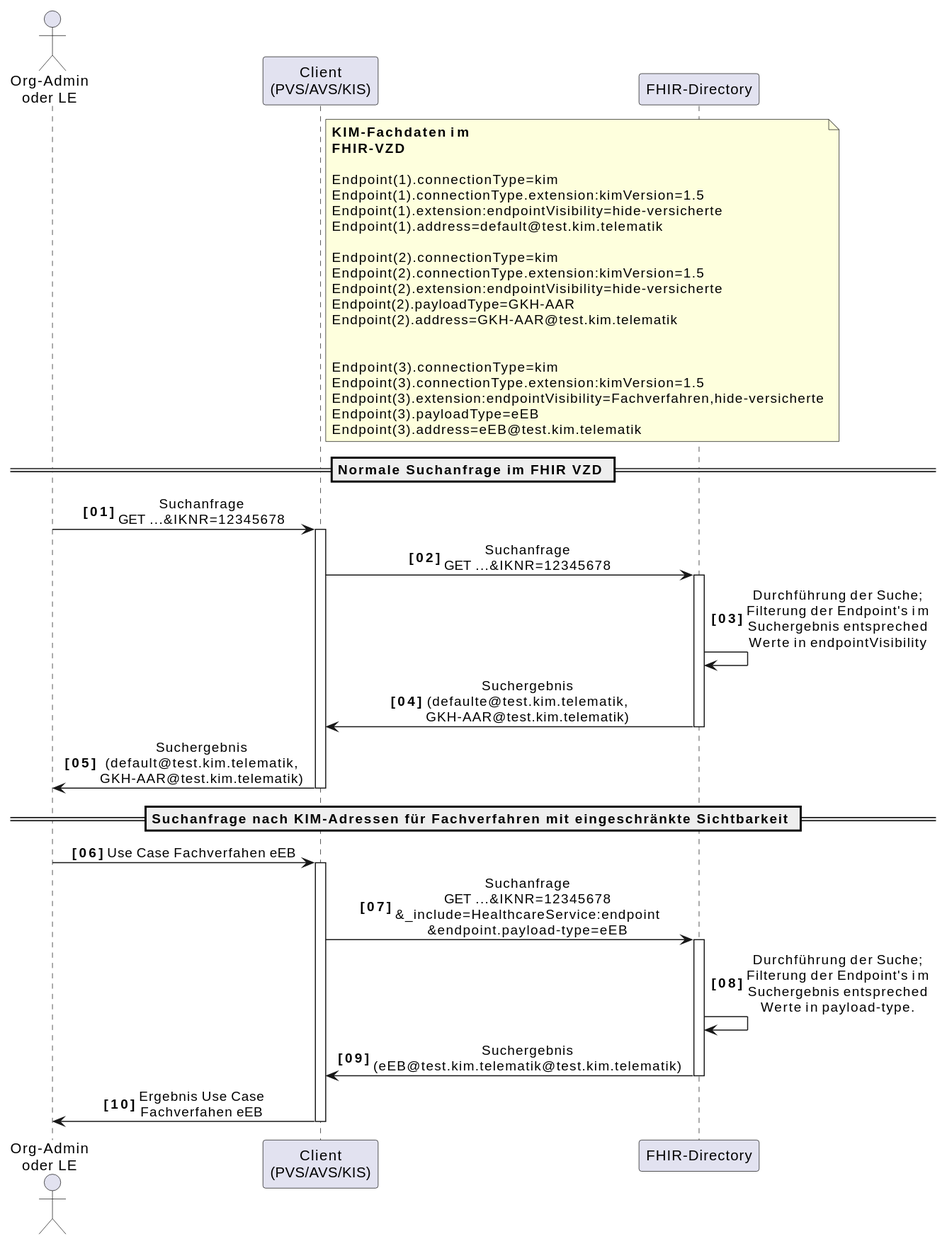
Before: images/diagrams/SequenceDiagram.FHIR_AF_10472_appTagSuche.svg, a diagram exported from PlantUML (gematik/api-vzd). The source it was exported from:
```plantuml
@startuml
skinparam dpi 100
skinparam WrapWidth 200
skinparam sequenceMessageAlign center
autonumber "<b>[00]"

actor o as "Org-Admin\noder LE"
participant cl as "Client\n(PVS/AVS/KIS)"
participant fd as "FHIR-Directory"

note right of cl
**KIM-Fachdaten im FHIR-VZD**

Endpoint(1).connectionType=kim
Endpoint(1).connectionType.extension:kimVersion=1.5
Endpoint(1).extension:endpointVisibility=hide-versicherte
Endpoint(1).address=default@test.kim.telematik

Endpoint(2).connectionType=kim
Endpoint(2).connectionType.extension:kimVersion=1.5
Endpoint(2).extension:endpointVisibility=hide-versicherte
Endpoint(2).payloadType=GKH-AAR
Endpoint(2).address=GKH-AAR@test.kim.telematik


Endpoint(3).connectionType=kim
Endpoint(3).connectionType.extension:kimVersion=1.5
Endpoint(3).extension:endpointVisibility=Fachverfahren,hide-versicherte
Endpoint(3).payloadType=eEB
Endpoint(3).address=eEB@test.kim.telematik
end note

== Normale Suchanfrage im FHIR VZD ==

o -> cl: Suchanfrage \nGET ...&IKNR=12345678
activate cl
cl -> fd: Suchanfrage \nGET ...&IKNR=12345678
activate fd
fd -> fd: Durchführung der Suche;\nFilterung der Endpoint's im Suchergebnis entspreched Werte in endpointVisibility
fd -> cl: Suchergebnis (defaulte@test.kim.telematik, GKH-AAR@test.kim.telematik)
deactivate fd
cl -> o: Suchergebnis (default@test.kim.telematik, GKH-AAR@test.kim.telematik)
deactivate cl


== Suchanfrage nach KIM-Adressen für Fachverfahren mit eingeschränkte Sichtbarkeit ==

o -> cl: Use Case Fachverfahen eEB
activate cl
cl -> fd: Suchanfrage \nGET ...&IKNR=12345678\n&_include=HealthcareService:endpoint\n&endpoint.payload-type=eEB
activate fd
fd -> fd: Durchführung der Suche;\nFilterung der Endpoint's im Suchergebnis entspreched Werte in payload-type.
fd -> cl: Suchergebnis (eEB@test.kim.telematik@test.kim.telematik)
deactivate fd
cl -> o: Ergebnis Use Case Fachverfahen eEB
deactivate cl
@enduml
```
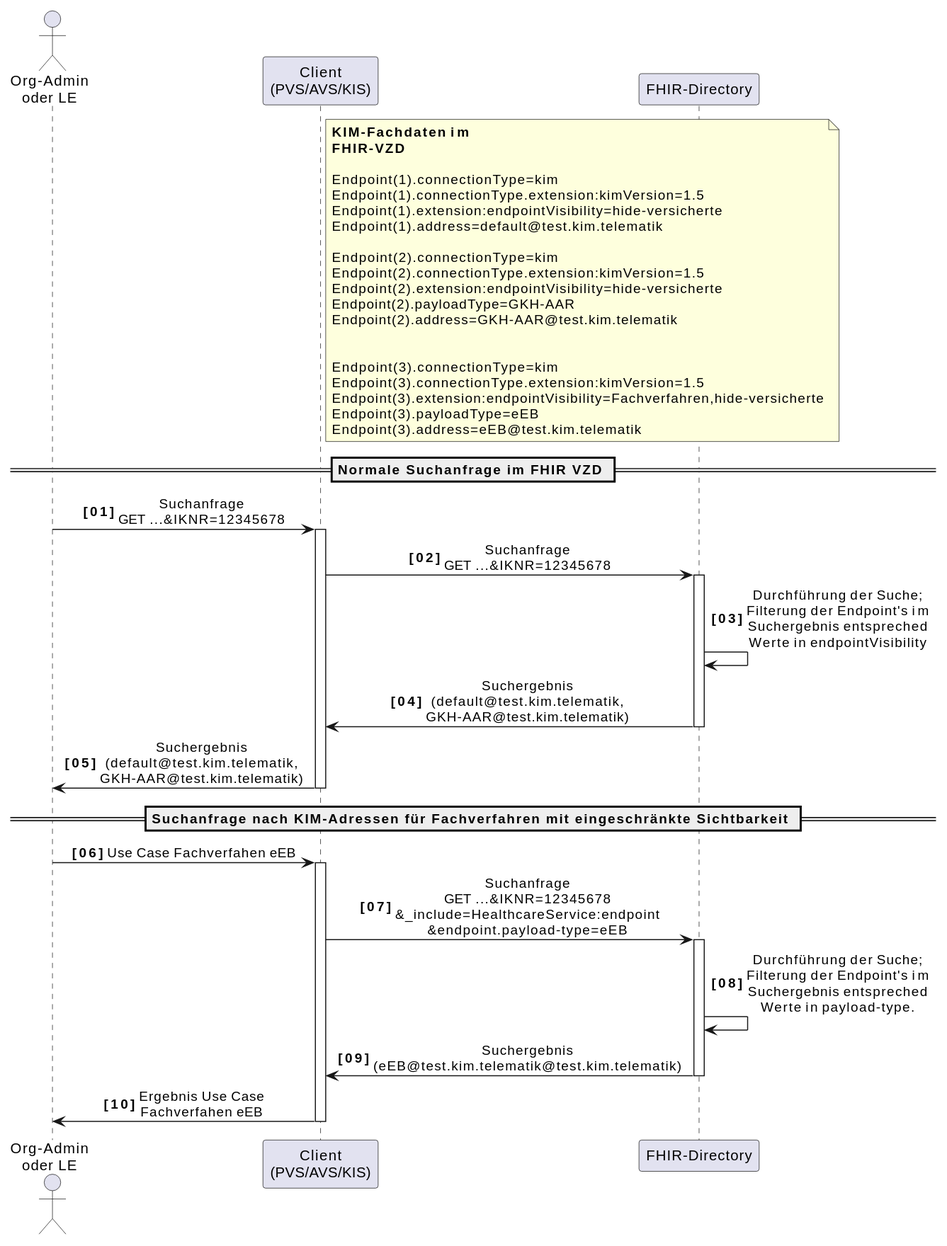
After the change.

Commit message:
Commit from GitHub Actions (GeneratePlantumlImages)

Change to the diagram source:
```diff
@@ -37,7 +37,7 @@
 cl -> fd: Suchanfrage \nGET ...&IKNR=12345678
 activate fd
 fd -> fd: Durchführung der Suche;\nFilterung der Endpoint's im Suchergebnis entspreched Werte in endpointVisibility
-fd -> cl: Suchergebnis (defaulte@test.kim.telematik, GKH-AAR@test.kim.telematik)
+fd -> cl: Suchergebnis (default@test.kim.telematik, GKH-AAR@test.kim.telematik)
 deactivate fd
 cl -> o: Suchergebnis (default@test.kim.telematik, GKH-AAR@test.kim.telematik)
 deactivate cl
```
